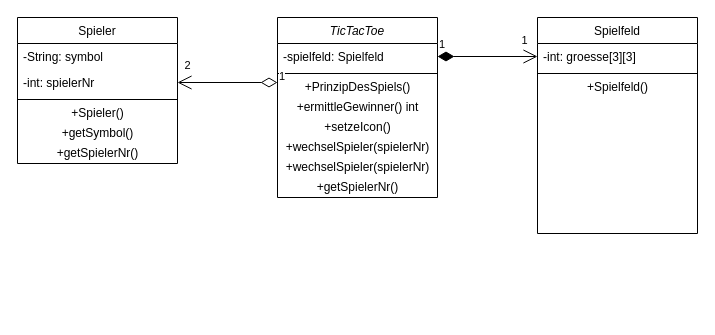
The draw.io diagram TicTacToe.drawio in Desdeney/tictactoe, before the edit. Source tidied: cells renumbered, new cells numbered last; positions are measured from the earlier drawing's top-left corner, leaving out a move shared by most shapes. Both pictures are drawn from the tidied source at 100%, with x=0, y=0 at pixel (17, 17).
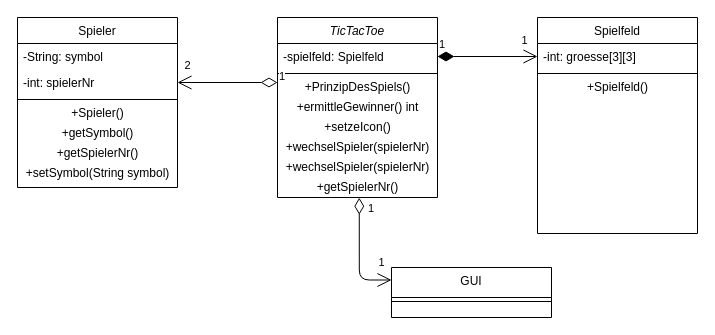
Above is the later version.

The change refers to these unchanged cells:
```xml
<mxCell id="10" value="+getSpielerNr()" style="text;html=1;align=center;verticalAlign=middle;points=[];" parent="2" vertex="1">
  <mxGeometry y="160" width="160" height="20" as="geometry" />
</mxCell>
```

Change to the diagram source:
```diff
@@
     <mxCell id="15" value="Spieler" style="swimlane;fontStyle=0;align=center;verticalAlign=top;horizontal=1;startSize=26;rounded=0;shadow=0;strokeWidth=1;" parent="1" vertex="1">
-      <mxGeometry width="160" height="146" as="geometry" />
+      <mxGeometry width="160" height="170" as="geometry" />
     </mxCell>
@@
+    <mxCell id="26" value="+setSymbol(String symbol)" style="text;html=1;align=center;verticalAlign=middle;" parent="15" vertex="1">
+      <mxGeometry y="146" width="160" height="20" as="geometry" />
+    </mxCell>
@@
+    <mxCell id="27" value="GUI" style="swimlane;fontStyle=0;align=center;verticalAlign=top;horizontal=1;startSize=30;rounded=0;shadow=0;strokeWidth=1;" parent="1" vertex="1">
+      <mxGeometry x="374" y="250" width="160" height="50" as="geometry" />
+    </mxCell>
+    <mxCell id="28" style="line;html=1;strokeWidth=1;align=left;verticalAlign=middle;spacingTop=-1;spacingLeft=3;spacingRight=3;labelPosition=right;" parent="27" vertex="1">
+      <mxGeometry y="30" width="160" height="8" as="geometry" />
+    </mxCell>
+    <mxCell id="29" value="1" style="endArrow=open;html=1;endSize=12;startArrow=diamondThin;startSize=14;startFill=0;edgeStyle=orthogonalEdgeStyle;align=left;verticalAlign=bottom;entryX=0;entryY=0.25;entryDx=0;entryDy=0;exitX=0.511;exitY=1.01;exitDx=0;exitDy=0;exitPerimeter=0;" parent="1" edge="1" source="10" target="27">
+      <mxGeometry x="0.58" y="63" relative="1" as="geometry" />
+    </mxCell>
+    <mxCell id="30" value="1" style="edgeLabel;html=1;align=center;verticalAlign=middle;" parent="29" vertex="1">
+      <mxGeometry x="0.82" relative="1" as="geometry">
+        <mxPoint y="-18" as="offset" />
+      </mxGeometry>
+    </mxCell>
```
